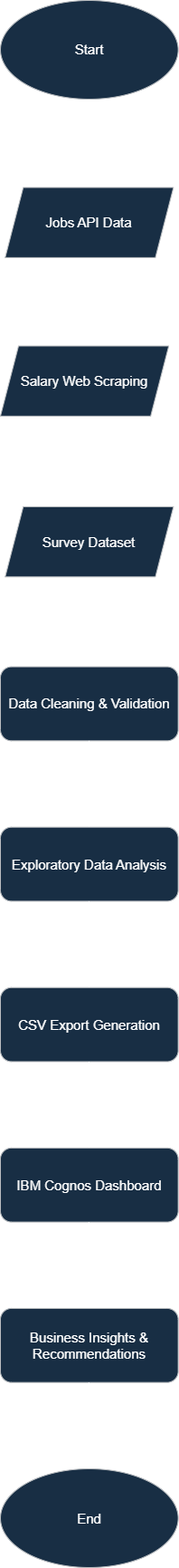
Before: images/workflow-diagram.png, a diagram exported from draw.io (derrickscottux-collab/ibm-data-analyst-capstone). Source tidied: cells renumbered, new cells last; positions are measured from the earlier drawing's top-left corner, leaving out a move shared by most shapes.
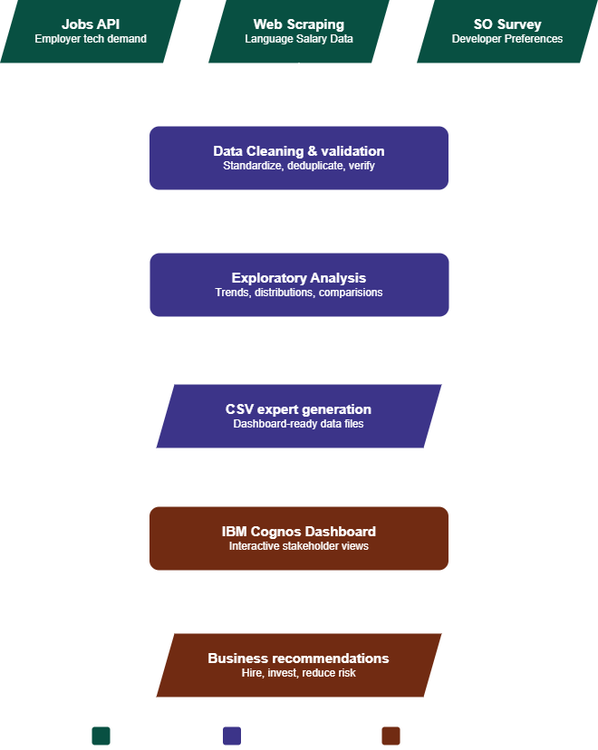
Later version of the same file.

What changed in the source:
```diff
@@ -2,95 +2,70 @@
   <root>
     <mxCell id="0" />
     <mxCell id="1" parent="0" />
-    <mxCell id="2" style="group;" parent="1" vertex="1">
-      <mxGeometry width="196.6" height="1730" as="geometry" />
-    </mxCell>
-    <mxCell id="3" style="edgeStyle=orthogonalEdgeStyle;rounded=0;jettySize=auto;html=1;" parent="2" edge="1" source="4">
-      <mxGeometry relative="1" as="geometry">
-        <mxPoint x="98.3" y="204.3" as="targetPoint" />
-      </mxGeometry>
-    </mxCell>
-    <mxCell id="4" value="&lt;font style=&quot;font-size: 15px;&quot;&gt;Start&lt;/font&gt;" style="ellipse;whiteSpace=wrap;html=1;fillColor=#cce5ff;strokeColor=#36393d;" parent="2" vertex="1">
-      <mxGeometry width="196.6" height="109" as="geometry" />
-    </mxCell>
-    <mxCell id="5" value="&lt;font style=&quot;font-size: 15px;&quot;&gt;Data Cleaning &amp;amp; Validation&lt;/font&gt;" style="rounded=1;whiteSpace=wrap;html=1;strokeColor=#36393d;align=center;verticalAlign=middle;fontFamily=Helvetica;fontSize=12;fillColor=#cce5ff;" parent="2" vertex="1">
-      <mxGeometry y="735.6" width="196.6" height="81.7" as="geometry" />
-    </mxCell>
-    <mxCell id="6" value="&lt;font style=&quot;font-size: 15px;&quot;&gt;Exploratory Data Analysis&lt;/font&gt;" style="rounded=1;whiteSpace=wrap;html=1;strokeColor=#36393d;align=center;verticalAlign=middle;fontFamily=Helvetica;fontSize=12;fillColor=#cce5ff;" parent="2" vertex="1">
-      <mxGeometry y="912.7" width="196.6" height="81.7" as="geometry" />
-    </mxCell>
-    <mxCell id="7" style="edgeStyle=orthogonalEdgeStyle;rounded=0;orthogonalLoop=1;jettySize=auto;html=1;" parent="2" edge="1">
-      <mxGeometry relative="1" as="geometry">
-        <mxPoint x="97.7" y="286.1" as="sourcePoint" />
-        <mxPoint x="97.7" y="381.4" as="targetPoint" />
-      </mxGeometry>
-    </mxCell>
-    <mxCell id="8" style="edgeStyle=orthogonalEdgeStyle;rounded=0;orthogonalLoop=1;jettySize=auto;html=1;" parent="2" edge="1">
-      <mxGeometry relative="1" as="geometry">
-        <mxPoint x="97.7" y="463.1" as="sourcePoint" />
-        <mxPoint x="97.7" y="558.5" as="targetPoint" />
-      </mxGeometry>
-    </mxCell>
-    <mxCell id="9" style="edgeStyle=orthogonalEdgeStyle;rounded=0;orthogonalLoop=1;jettySize=auto;html=1;" parent="2" edge="1">
-      <mxGeometry relative="1" as="geometry">
-        <mxPoint x="98" y="640.2" as="sourcePoint" />
-        <mxPoint x="98" y="735.6" as="targetPoint" />
-      </mxGeometry>
-    </mxCell>
-    <mxCell id="10" style="edgeStyle=orthogonalEdgeStyle;rounded=0;orthogonalLoop=1;jettySize=auto;html=1;" parent="2" edge="1">
-      <mxGeometry relative="1" as="geometry">
-        <mxPoint x="98" y="817.3" as="sourcePoint" />
-        <mxPoint x="98" y="912.7" as="targetPoint" />
-      </mxGeometry>
-    </mxCell>
-    <mxCell id="11" style="edgeStyle=orthogonalEdgeStyle;rounded=0;orthogonalLoop=1;jettySize=auto;html=1;" parent="2" edge="1">
-      <mxGeometry relative="1" as="geometry">
-        <mxPoint x="98" y="994.4" as="sourcePoint" />
-        <mxPoint x="98" y="1089.8" as="targetPoint" />
-      </mxGeometry>
-    </mxCell>
-    <mxCell id="12" value="&lt;font style=&quot;font-size: 15px;&quot;&gt;CSV Export Generation&lt;/font&gt;" style="rounded=1;whiteSpace=wrap;html=1;strokeColor=#36393d;align=center;verticalAlign=middle;fontFamily=Helvetica;fontSize=12;fillColor=#cce5ff;" parent="2" vertex="1">
-      <mxGeometry y="1089.8" width="196.6" height="81.7" as="geometry" />
-    </mxCell>
-    <mxCell id="13" style="edgeStyle=orthogonalEdgeStyle;rounded=0;orthogonalLoop=1;jettySize=auto;html=1;" parent="2" edge="1">
-      <mxGeometry relative="1" as="geometry">
-        <mxPoint x="98" y="1171.5" as="sourcePoint" />
-        <mxPoint x="98" y="1266.9" as="targetPoint" />
-      </mxGeometry>
-    </mxCell>
-    <mxCell id="14" value="&lt;font style=&quot;font-size: 15px;&quot;&gt;IBM Cognos Dashboard&lt;/font&gt;" style="rounded=1;whiteSpace=wrap;html=1;strokeColor=#36393d;align=center;verticalAlign=middle;fontFamily=Helvetica;fontSize=12;fillColor=#cce5ff;" parent="2" vertex="1">
-      <mxGeometry y="1266.9" width="196.6" height="81.7" as="geometry" />
-    </mxCell>
-    <mxCell id="15" style="edgeStyle=orthogonalEdgeStyle;rounded=0;orthogonalLoop=1;jettySize=auto;html=1;" parent="2" edge="1">
-      <mxGeometry relative="1" as="geometry">
-        <mxPoint x="97.8" y="1348.6" as="sourcePoint" />
-        <mxPoint x="97.8" y="1443.9" as="targetPoint" />
-      </mxGeometry>
-    </mxCell>
-    <mxCell id="16" value="&lt;font style=&quot;font-size: 15px;&quot;&gt;Business Insights &amp;amp; Recommendations&lt;/font&gt;" style="rounded=1;whiteSpace=wrap;html=1;strokeColor=#36393d;align=center;verticalAlign=middle;fontFamily=Helvetica;fontSize=12;fillColor=#cce5ff;" parent="2" vertex="1">
-      <mxGeometry y="1443.9" width="196.6" height="81.7" as="geometry" />
-    </mxCell>
-    <mxCell id="17" value="&lt;font style=&quot;font-size: 15px;&quot;&gt;End&lt;/font&gt;" style="ellipse;whiteSpace=wrap;html=1;strokeColor=#36393d;align=center;verticalAlign=middle;fontFamily=Helvetica;fontSize=12;fillColor=#cce5ff;" parent="2" vertex="1">
-      <mxGeometry y="1621" width="196.6" height="109" as="geometry" />
-    </mxCell>
-    <mxCell id="18" style="edgeStyle=orthogonalEdgeStyle;rounded=0;orthogonalLoop=1;jettySize=auto;html=1;" parent="2" edge="1">
-      <mxGeometry relative="1" as="geometry">
-        <mxPoint x="97.8" y="1525.7" as="sourcePoint" />
-        <mxPoint x="97.8" y="1621" as="targetPoint" />
-        <Array as="points">
-          <mxPoint x="97.8" y="1525.7" />
-          <mxPoint x="97.8" y="1525.7" />
-        </Array>
-      </mxGeometry>
-    </mxCell>
-    <mxCell id="19" value="&lt;font style=&quot;font-size: 15px;&quot;&gt;Jobs API Data&lt;/font&gt;" style="shape=parallelogram;perimeter=parallelogramPerimeter;whiteSpace=wrap;html=1;fixedSize=1;strokeColor=#36393d;align=center;verticalAlign=middle;fontFamily=Helvetica;fontSize=12;fillColor=#cce5ff;" parent="2" vertex="1">
-      <mxGeometry x="5.2" y="206.5" width="186.2" height="77.4" as="geometry" />
-    </mxCell>
-    <mxCell id="20" value="&lt;span style=&quot;font-size: 15px;&quot;&gt;Salary Web Scraping&lt;/span&gt;" style="shape=parallelogram;perimeter=parallelogramPerimeter;whiteSpace=wrap;html=1;fixedSize=1;strokeColor=#36393d;align=center;verticalAlign=middle;fontFamily=Helvetica;fontSize=12;fillColor=#cce5ff;" parent="2" vertex="1">
-      <mxGeometry y="381.5" width="186.2" height="77.4" as="geometry" />
-    </mxCell>
-    <mxCell id="21" value="&lt;font style=&quot;font-size: 15px;&quot;&gt;Survey Dataset&lt;/font&gt;" style="shape=parallelogram;perimeter=parallelogramPerimeter;whiteSpace=wrap;html=1;fixedSize=1;strokeColor=#36393d;align=center;verticalAlign=middle;fontFamily=Helvetica;fontSize=12;fillColor=#cce5ff;" parent="2" vertex="1">
-      <mxGeometry x="5.2" y="558.9" width="186.2" height="77.4" as="geometry" />
-    </mxCell>
+    <mxCell id="22" style="edgeStyle=orthogonalEdgeStyle;rounded=0;jettySize=auto;html=1;entryX=0.5;entryY=0;entryDx=0;entryDy=0;" parent="1" edge="1" source="23" target="29">
+      <mxGeometry relative="1" as="geometry" />
+    </mxCell>
+    <mxCell id="23" value="&lt;font style=&quot;color: light-dark(rgb(0, 0, 0), rgb(255, 255, 255));&quot;&gt;&lt;span style=&quot;font-size: 15px;&quot;&gt;&lt;b style=&quot;&quot;&gt;Jobs API&lt;/b&gt;&lt;/span&gt;&lt;/font&gt;&lt;div&gt;&lt;font style=&quot;color: light-dark(rgb(0, 0, 0), rgb(255, 255, 255));&quot;&gt;Employer tech demand&lt;/font&gt;&lt;/div&gt;" style="shape=parallelogram;perimeter=parallelogramPerimeter;whiteSpace=wrap;html=1;fixedSize=1;strokeColor=none;fillColor=light-dark(#647687, #085042);fontColor=#ffffff;textShadow=0;horizontal=1;spacing=2;" parent="1" vertex="1">
+      <mxGeometry x="-232.5" y="-110" width="200" height="70" as="geometry" />
+    </mxCell>
+    <mxCell id="24" style="edgeStyle=orthogonalEdgeStyle;rounded=0;jettySize=auto;html=1;" parent="1" edge="1" source="25">
+      <mxGeometry relative="1" as="geometry">
+        <mxPoint x="97.5" y="30" as="targetPoint" />
+      </mxGeometry>
+    </mxCell>
+    <mxCell id="25" value="&lt;div&gt;&lt;font style=&quot;color: light-dark(rgb(0, 0, 0), rgb(255, 255, 255));&quot;&gt;&lt;span style=&quot;font-size: 15px;&quot;&gt;&lt;b&gt;Web Scraping&lt;/b&gt;&lt;/span&gt;&lt;/font&gt;&lt;/div&gt;&lt;div&gt;&lt;font style=&quot;color: light-dark(rgb(0, 0, 0), rgb(255, 255, 255));&quot;&gt;Language Salary Data&lt;/font&gt;&lt;/div&gt;" style="shape=parallelogram;perimeter=parallelogramPerimeter;whiteSpace=wrap;html=1;fixedSize=1;strokeColor=none;fillColor=light-dark(#647687, #085042);fontColor=#ffffff;textShadow=0;horizontal=1;spacing=2;" parent="1" vertex="1">
+      <mxGeometry x="-2.5" y="-110" width="200" height="70" as="geometry" />
+    </mxCell>
+    <mxCell id="26" style="edgeStyle=orthogonalEdgeStyle;rounded=0;jettySize=auto;html=1;" parent="1" edge="1" source="27" target="29">
+      <mxGeometry relative="1" as="geometry" />
+    </mxCell>
+    <mxCell id="27" value="&lt;div&gt;&lt;font style=&quot;&quot;&gt;&lt;span style=&quot;font-size: 15px;&quot;&gt;&lt;b&gt;SO Survey&lt;/b&gt;&lt;/span&gt;&lt;/font&gt;&lt;/div&gt;&lt;div&gt;&lt;font&gt;Developer Preferences&lt;/font&gt;&lt;/div&gt;" style="shape=parallelogram;perimeter=parallelogramPerimeter;whiteSpace=wrap;html=1;fixedSize=1;strokeColor=none;fillColor=light-dark(#647687, #085042);fontColor=light-dark(#FFFFFF,#FFFFFF);textShadow=0;horizontal=1;spacing=2;" parent="1" vertex="1">
+      <mxGeometry x="227.5" y="-110" width="200" height="70" as="geometry" />
+    </mxCell>
+    <mxCell id="28" style="edgeStyle=orthogonalEdgeStyle;rounded=0;jettySize=auto;html=1;entryX=0.5;entryY=0;entryDx=0;entryDy=0;" parent="1" edge="1" source="29" target="31">
+      <mxGeometry relative="1" as="geometry" />
+    </mxCell>
+    <mxCell id="29" value="&lt;div&gt;&lt;span style=&quot;font-size: 15px;&quot;&gt;&lt;b&gt;Data Cleaning &amp;amp; validation&lt;/b&gt;&lt;/span&gt;&lt;/div&gt;&lt;div&gt;Standardize, deduplicate, verify&lt;/div&gt;" style="rounded=1;whiteSpace=wrap;html=1;fillColor=light-dark(#76608A,#3C3489);strokeColor=none;textShadow=0;horizontal=1;spacing=2;" parent="1" vertex="1">
+      <mxGeometry x="-67.5" y="30" width="330" height="70" as="geometry" />
+    </mxCell>
+    <mxCell id="30" style="edgeStyle=orthogonalEdgeStyle;rounded=0;jettySize=auto;html=1;" parent="1" edge="1" source="31" target="33">
+      <mxGeometry relative="1" as="geometry" />
+    </mxCell>
+    <mxCell id="31" value="&lt;div&gt;&lt;span style=&quot;font-size: 15px;&quot;&gt;&lt;b&gt;Exploratory Analysis&lt;/b&gt;&lt;/span&gt;&lt;/div&gt;&lt;div&gt;Trends, distributions, comparisions&lt;/div&gt;" style="rounded=1;whiteSpace=wrap;html=1;fillColor=light-dark(#76608A,#3C3489);strokeColor=none;textShadow=0;horizontal=1;spacing=2;" parent="1" vertex="1">
+      <mxGeometry x="-67" y="170" width="330" height="70" as="geometry" />
+    </mxCell>
+    <mxCell id="32" style="edgeStyle=orthogonalEdgeStyle;rounded=0;jettySize=auto;html=1;" parent="1" edge="1" source="33" target="35">
+      <mxGeometry relative="1" as="geometry" />
+    </mxCell>
+    <mxCell id="33" value="&lt;div&gt;&lt;font style=&quot;color: light-dark(rgb(0, 0, 0), rgb(255, 255, 255));&quot;&gt;&lt;span style=&quot;font-size: 15px;&quot;&gt;&lt;b&gt;CSV expert generation&lt;/b&gt;&lt;/span&gt;&lt;/font&gt;&lt;/div&gt;&lt;div&gt;&lt;font style=&quot;color: light-dark(rgb(0, 0, 0), rgb(255, 255, 255));&quot;&gt;Dashboard-ready data files&lt;/font&gt;&lt;/div&gt;" style="shape=parallelogram;perimeter=parallelogramPerimeter;whiteSpace=wrap;html=1;fixedSize=1;strokeColor=none;fillColor=light-dark(#647687, #3c3489);fontColor=#ffffff;textShadow=0;horizontal=1;spacing=2;" parent="1" vertex="1">
+      <mxGeometry x="-60" y="315" width="315" height="70" as="geometry" />
+    </mxCell>
+    <mxCell id="34" style="edgeStyle=orthogonalEdgeStyle;rounded=0;jettySize=auto;html=1;" parent="1" edge="1" source="35" target="36">
+      <mxGeometry relative="1" as="geometry" />
+    </mxCell>
+    <mxCell id="35" value="&lt;div&gt;&lt;span style=&quot;font-size: 15px;&quot;&gt;&lt;b&gt;IBM Cognos Dashboard&lt;/b&gt;&lt;/span&gt;&lt;/div&gt;&lt;div&gt;Interactive stakeholder views&lt;/div&gt;" style="rounded=1;whiteSpace=wrap;html=1;fillColor=light-dark(#76608A,#712B12);strokeColor=none;textShadow=0;horizontal=1;spacing=2;fontColor=light-dark(#FFFFFF,#FFFFFF);" parent="1" vertex="1">
+      <mxGeometry x="-67.5" y="450" width="330" height="70" as="geometry" />
+    </mxCell>
+    <mxCell id="36" value="&lt;font style=&quot;color: light-dark(rgb(0, 0, 0), rgb(255, 255, 255));&quot;&gt;&lt;span style=&quot;font-size: 15px;&quot;&gt;&lt;b style=&quot;&quot;&gt;Business recommendations&lt;/b&gt;&lt;/span&gt;&lt;/font&gt;&lt;div&gt;&lt;font style=&quot;color: light-dark(rgb(0, 0, 0), rgb(255, 255, 255));&quot;&gt;Hire, invest, reduce risk&lt;/font&gt;&lt;/div&gt;" style="shape=parallelogram;perimeter=parallelogramPerimeter;whiteSpace=wrap;html=1;fixedSize=1;strokeColor=none;fillColor=light-dark(#647687,#712B12);fontColor=light-dark(#FFFFFF,#FFFFFF);textShadow=0;horizontal=1;spacing=2;" parent="1" vertex="1">
+      <mxGeometry x="-60" y="590" width="315" height="70" as="geometry" />
+    </mxCell>
+    <mxCell id="37" style="rounded=1;whiteSpace=wrap;html=1;strokeColor=none;fillColor=light-dark(#FFFFFF, #085042);textShadow=0;horizontal=1;spacing=2;" parent="1" vertex="1">
+      <mxGeometry x="-131" y="693" width="20" height="20" as="geometry" />
+    </mxCell>
+    <mxCell id="38" style="rounded=1;whiteSpace=wrap;html=1;strokeColor=none;fillColor=light-dark(#FFFFFF, #3c3489);textShadow=0;horizontal=1;spacing=2;" parent="1" vertex="1">
+      <mxGeometry x="13.5" y="693" width="20" height="20" as="geometry" />
+    </mxCell>
+    <mxCell id="39" style="rounded=1;whiteSpace=wrap;html=1;strokeColor=none;fillColor=light-dark(#FFFFFF, #712b12);textShadow=0;horizontal=1;spacing=2;" parent="1" vertex="1">
+      <mxGeometry x="189" y="693" width="20" height="20" as="geometry" />
+    </mxCell>
+    <mxCell id="40" value="&lt;div style=&quot;&quot;&gt;&lt;span style=&quot;font-family: &amp;quot;Anthropic Sans&amp;quot;, -apple-system, BlinkMacSystemFont, &amp;quot;Segoe UI&amp;quot;, sans-serif; background-color: transparent; color: light-dark(rgb(0, 0, 0), rgb(255, 255, 255));&quot;&gt;Data Collection&lt;/span&gt;&lt;/div&gt;" style="text;html=1;whiteSpace=wrap;strokeColor=none;fillColor=none;align=left;verticalAlign=middle;rounded=0;" parent="1" vertex="1">
+      <mxGeometry x="-104" y="688" width="90" height="30" as="geometry" />
+    </mxCell>
+    <mxCell id="41" value="&lt;div style=&quot;&quot;&gt;&lt;span style=&quot;font-family: &amp;quot;Anthropic Sans&amp;quot;, -apple-system, BlinkMacSystemFont, &amp;quot;Segoe UI&amp;quot;, sans-serif; background-color: transparent; color: light-dark(rgb(0, 0, 0), rgb(255, 255, 255));&quot;&gt;Processing &amp;amp; analysis&lt;/span&gt;&lt;/div&gt;" style="text;html=1;whiteSpace=wrap;strokeColor=none;fillColor=none;align=left;verticalAlign=middle;rounded=0;" parent="1" vertex="1">
+      <mxGeometry x="40.5" y="688" width="133" height="30" as="geometry" />
+    </mxCell>
+    <mxCell id="42" value="&lt;div style=&quot;&quot;&gt;&lt;span style=&quot;font-family: &amp;quot;Anthropic Sans&amp;quot;, -apple-system, BlinkMacSystemFont, &amp;quot;Segoe UI&amp;quot;, sans-serif; background-color: transparent; color: light-dark(rgb(0, 0, 0), rgb(255, 255, 255));&quot;&gt;Output &amp;amp; reporting&lt;/span&gt;&lt;/div&gt;" style="text;html=1;whiteSpace=wrap;strokeColor=none;fillColor=none;align=left;verticalAlign=middle;rounded=0;" parent="1" vertex="1">
+      <mxGeometry x="216" y="688" width="110.5" height="30" as="geometry" />
+    </mxCell>
   </root>
 </mxGraphModel>
```
